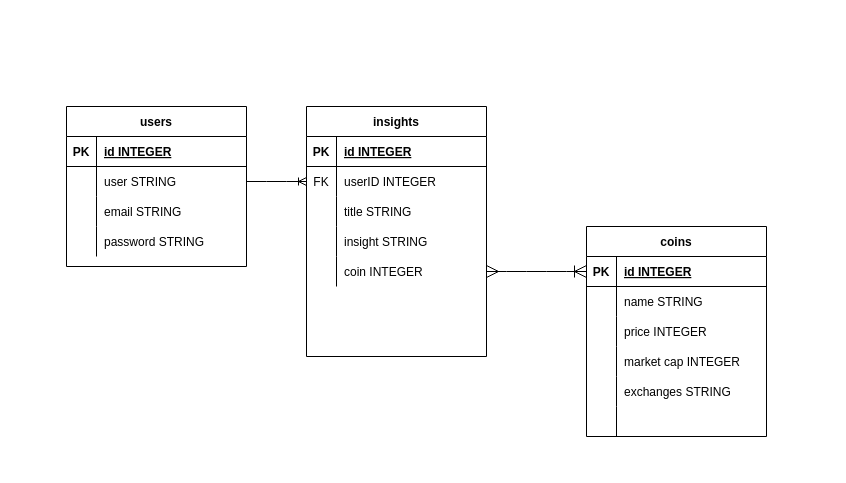
prijacash/project-2-crypto keeps this draw.io diagram as ERD.drawio. Above is the earlier version. Source tidied: cells renumbered, new cells numbered last; positions are measured from the earlier drawing's top-left corner, leaving out a move shared by most shapes. Both pictures are drawn from the tidied source at 100%, with x=0, y=0 at pixel (66, 106).
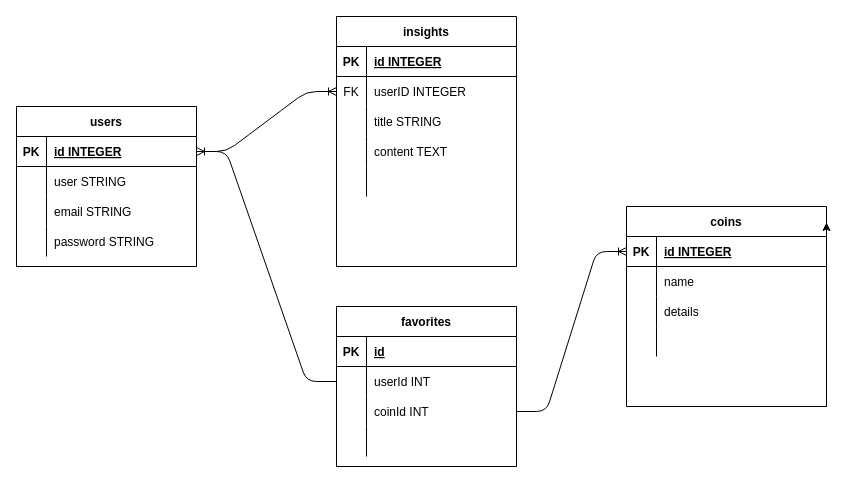
Above is the later version.

Commit message (it also covers changes not shown here):
upated ERD to make it proper

The change refers to these unchanged cells:
```xml
<mxCell id="22" style="shape=partialRectangle;fillColor=none;top=0;left=0;bottom=1;right=0;points=[[0,0.5],[1,0.5]];portConstraint=eastwest;" parent="21" vertex="1">
  <mxGeometry y="30" width="180" height="30" as="geometry" />
</mxCell>
<mxCell id="25" style="shape=partialRectangle;fillColor=none;top=0;left=0;bottom=0;right=0;points=[[0,0.5],[1,0.5]];portConstraint=eastwest;" parent="21" vertex="1">
  <mxGeometry y="60" width="180" height="30" as="geometry" />
</mxCell>
<mxCell id="38" style="shape=partialRectangle;fillColor=none;top=0;left=0;bottom=0;right=0;points=[[0,0.5],[1,0.5]];portConstraint=eastwest;" parent="34" vertex="1">
  <mxGeometry y="60" width="180" height="30" as="geometry" />
</mxCell>
<mxCell id="44" style="shape=partialRectangle;fillColor=none;top=0;left=0;bottom=0;right=0;" parent="34" vertex="1">
  <mxGeometry y="120" width="180" height="30" as="geometry" />
</mxCell>
<mxCell id="47" style="shape=partialRectangle;fillColor=none;top=0;left=0;bottom=0;right=0;points=[[0,0.5],[1,0.5]];portConstraint=eastwest;" parent="34" vertex="1">
  <mxGeometry y="150" width="180" height="30" as="geometry" />
</mxCell>
```

The edit, as a diff of the source:
```diff
@@
-    <mxCell id="2" value="coins" style="shape=table;startSize=30;childLayout=tableLayout;rowLines=0;fontStyle=1;align=center;" parent="1" vertex="1">
-      <mxGeometry x="520" y="120" width="180" height="210" as="geometry" />
-    </mxCell>
-    <mxCell id="3" style="shape=partialRectangle;fillColor=none;top=0;left=0;bottom=1;right=0;points=[[0,0.5],[1,0.5]];portConstraint=eastwest;" parent="2" vertex="1">
-      <mxGeometry y="30" width="180" height="30" as="geometry" />
-    </mxCell>
-    <mxCell id="4" value="PK" style="shape=partialRectangle;fillColor=none;top=0;left=0;bottom=0;right=0;fontStyle=1;overflow=hidden;" parent="3" vertex="1">
-      <mxGeometry width="30" height="30" as="geometry" />
-    </mxCell>
-    <mxCell id="5" value="id INTEGER" style="shape=partialRectangle;fillColor=none;top=0;left=0;bottom=0;right=0;align=left;spacingLeft=6;fontStyle=5;overflow=hidden;" parent="3" vertex="1">
-      <mxGeometry x="30" width="150" height="30" as="geometry" />
-    </mxCell>
-    <mxCell id="6" style="shape=partialRectangle;fillColor=none;top=0;left=0;bottom=0;right=0;points=[[0,0.5],[1,0.5]];portConstraint=eastwest;" parent="2" vertex="1">
-      <mxGeometry y="60" width="180" height="30" as="geometry" />
-    </mxCell>
-    <mxCell id="7" style="shape=partialRectangle;fillColor=none;top=0;left=0;bottom=0;right=0;overflow=hidden;" parent="6" vertex="1">
-      <mxGeometry width="30" height="30" as="geometry" />
-    </mxCell>
-    <mxCell id="8" value="name STRING" style="shape=partialRectangle;fillColor=none;top=0;left=0;bottom=0;right=0;align=left;spacingLeft=6;overflow=hidden;" parent="6" vertex="1">
-      <mxGeometry x="30" width="150" height="30" as="geometry" />
-    </mxCell>
-    <mxCell id="9" style="shape=partialRectangle;fillColor=none;top=0;left=0;bottom=0;right=0;points=[[0,0.5],[1,0.5]];portConstraint=eastwest;" parent="2" vertex="1">
-      <mxGeometry y="90" width="180" height="30" as="geometry" />
-    </mxCell>
-    <mxCell id="10" style="shape=partialRectangle;fillColor=none;top=0;left=0;bottom=0;right=0;overflow=hidden;" parent="9" vertex="1">
-      <mxGeometry width="30" height="30" as="geometry" />
-    </mxCell>
-    <mxCell id="11" value="price INTEGER" style="shape=partialRectangle;fillColor=none;top=0;left=0;bottom=0;right=0;align=left;spacingLeft=6;overflow=hidden;" parent="9" vertex="1">
-      <mxGeometry x="30" width="150" height="30" as="geometry" />
-    </mxCell>
-    <mxCell id="12" style="shape=partialRectangle;fillColor=none;top=0;left=0;bottom=0;right=0;" parent="2" vertex="1">
-      <mxGeometry y="120" width="180" height="30" as="geometry" />
-    </mxCell>
-    <mxCell id="13" style="shape=partialRectangle;fillColor=none;top=0;left=0;bottom=0;right=0;overflow=hidden;" parent="12" vertex="1">
-      <mxGeometry width="30" height="30" as="geometry" />
-    </mxCell>
-    <mxCell id="14" value="market cap INTEGER" style="shape=partialRectangle;fillColor=none;top=0;left=0;bottom=0;right=0;align=left;spacingLeft=6;overflow=hidden;" parent="12" vertex="1">
-      <mxGeometry x="30" width="150" height="30" as="geometry" />
-    </mxCell>
-    <mxCell id="15" style="shape=partialRectangle;fillColor=none;top=0;left=0;bottom=0;right=0;" parent="2" vertex="1">
-      <mxGeometry y="150" width="180" height="30" as="geometry" />
-    </mxCell>
-    <mxCell id="16" style="shape=partialRectangle;fillColor=none;top=0;left=0;bottom=0;right=0;overflow=hidden;" parent="15" vertex="1">
-      <mxGeometry width="30" height="30" as="geometry" />
-    </mxCell>
-    <mxCell id="17" value="exchanges STRING" style="shape=partialRectangle;fillColor=none;top=0;left=0;bottom=0;right=0;align=left;spacingLeft=6;overflow=hidden;" parent="15" vertex="1">
-      <mxGeometry x="30" width="150" height="30" as="geometry" />
-    </mxCell>
-    <mxCell id="18" style="shape=partialRectangle;fillColor=none;top=0;left=0;bottom=0;right=0;" parent="2" vertex="1">
-      <mxGeometry y="180" width="180" height="30" as="geometry" />
-    </mxCell>
-    <mxCell id="19" style="shape=partialRectangle;fillColor=none;top=0;left=0;bottom=0;right=0;overflow=hidden;" parent="18" vertex="1">
-      <mxGeometry width="30" height="30" as="geometry" />
-    </mxCell>
-    <mxCell id="20" style="shape=partialRectangle;fillColor=none;top=0;left=0;bottom=0;right=0;align=left;spacingLeft=6;overflow=hidden;" parent="18" vertex="1">
-      <mxGeometry x="30" width="150" height="30" as="geometry" />
-    </mxCell>
     <mxCell id="21" value="users" style="shape=table;startSize=30;childLayout=tableLayout;rowLines=0;fontStyle=1;align=center;" parent="1" vertex="1">
-      <mxGeometry width="180" height="160" as="geometry" />
+      <mxGeometry x="-50" width="180" height="160" as="geometry" />
     </mxCell>
@@
     <mxCell id="34" value="insights" style="shape=table;startSize=30;childLayout=tableLayout;rowLines=0;fontStyle=1;align=center;" parent="1" vertex="1">
-      <mxGeometry x="240" width="180" height="250" as="geometry" />
+      <mxGeometry x="270" y="-90" width="180" height="250" as="geometry" />
     </mxCell>
@@
-    <mxCell id="46" value="insight STRING" style="shape=partialRectangle;fillColor=none;top=0;left=0;bottom=0;right=0;align=left;spacingLeft=6;overflow=hidden;" parent="44" vertex="1">
+    <mxCell id="46" value="content TEXT" style="shape=partialRectangle;fillColor=none;top=0;left=0;bottom=0;right=0;align=left;spacingLeft=6;overflow=hidden;" parent="44" vertex="1">
       <mxGeometry x="30" width="150" height="30" as="geometry" />
     </mxCell>
@@
-    <mxCell id="49" value="coin INTEGER" style="shape=partialRectangle;fillColor=none;top=0;left=0;bottom=0;right=0;align=left;spacingLeft=6;overflow=hidden;" parent="47" vertex="1">
+    <mxCell id="49" style="shape=partialRectangle;fillColor=none;top=0;left=0;bottom=0;right=0;align=left;spacingLeft=6;overflow=hidden;" parent="47" vertex="1">
       <mxGeometry x="30" width="150" height="30" as="geometry" />
     </mxCell>
-    <mxCell id="50" style="edgeStyle=entityRelationEdgeStyle;fontSize=12;html=1;endArrow=ERoneToMany;entryX=0;entryY=0.5;entryDx=0;entryDy=0;exitX=1;exitY=0.5;exitDx=0;exitDy=0;startArrow=ERmany;startFill=0;endSize=10;startSize=10;" parent="1" edge="1" source="47" target="3">
-      <mxGeometry relative="1" as="geometry" />
-    </mxCell>
-    <mxCell id="51" style="edgeStyle=entityRelationEdgeStyle;fontSize=12;html=1;endArrow=ERoneToMany;exitX=1;exitY=0.5;exitDx=0;exitDy=0;entryX=0;entryY=0.5;entryDx=0;entryDy=0;" parent="1" edge="1" source="25" target="38">
+    <mxCell id="51" style="edgeStyle=entityRelationEdgeStyle;fontSize=12;html=1;endArrow=ERoneToMany;exitX=1;exitY=0.5;exitDx=0;exitDy=0;entryX=0;entryY=0.5;entryDx=0;entryDy=0;" parent="1" edge="1" source="22" target="38">
       <mxGeometry relative="1" as="geometry" />
     </mxCell>
+    <mxCell id="2" value="coins" style="shape=table;startSize=30;childLayout=tableLayout;rowLines=0;fontStyle=1;align=center;" parent="1" vertex="1">
+      <mxGeometry x="560" y="100" width="200" height="200" as="geometry" />
+    </mxCell>
+    <mxCell id="52" style="edgeStyle=none;html=1;exitX=1;exitY=0.5;exitDx=0;exitDy=0;entryX=1;entryY=0.08;entryDx=0;entryDy=0;entryPerimeter=0;" parent="2" edge="1" source="53" target="2">
+      <mxGeometry relative="1" as="geometry" />
+    </mxCell>
+    <mxCell id="53" style="shape=partialRectangle;fillColor=none;top=0;left=0;bottom=1;right=0;points=[[0,0.5],[1,0.5]];portConstraint=eastwest;" parent="2" vertex="1">
+      <mxGeometry y="30" width="200" height="30" as="geometry" />
+    </mxCell>
+    <mxCell id="54" value="PK" style="shape=partialRectangle;fillColor=none;top=0;left=0;bottom=0;right=0;fontStyle=1;overflow=hidden;" parent="53" vertex="1">
+      <mxGeometry width="30" height="30" as="geometry" />
+    </mxCell>
+    <mxCell id="5" value="id INTEGER" style="shape=partialRectangle;fillColor=none;top=0;left=0;bottom=0;right=0;align=left;spacingLeft=6;fontStyle=5;overflow=hidden;" parent="53" vertex="1">
+      <mxGeometry x="30" width="170" height="30" as="geometry" />
+    </mxCell>
+    <mxCell id="55" style="shape=partialRectangle;fillColor=none;top=0;left=0;bottom=0;right=0;" parent="2" vertex="1">
+      <mxGeometry y="60" width="200" height="30" as="geometry" />
+    </mxCell>
+    <mxCell id="56" style="shape=partialRectangle;fillColor=none;top=0;left=0;bottom=0;right=0;overflow=hidden;" parent="55" vertex="1">
+      <mxGeometry width="30" height="30" as="geometry" />
+    </mxCell>
+    <mxCell id="57" value="name" style="shape=partialRectangle;fillColor=none;top=0;left=0;bottom=0;right=0;align=left;spacingLeft=6;overflow=hidden;" parent="55" vertex="1">
+      <mxGeometry x="30" width="170" height="30" as="geometry" />
+    </mxCell>
+    <mxCell id="58" style="shape=partialRectangle;fillColor=none;top=0;left=0;bottom=0;right=0;" parent="2" vertex="1">
+      <mxGeometry y="90" width="200" height="30" as="geometry" />
+    </mxCell>
+    <mxCell id="59" style="shape=partialRectangle;fillColor=none;top=0;left=0;bottom=0;right=0;overflow=hidden;" parent="58" vertex="1">
+      <mxGeometry width="30" height="30" as="geometry" />
+    </mxCell>
+    <mxCell id="60" value="details" style="shape=partialRectangle;fillColor=none;top=0;left=0;bottom=0;right=0;align=left;spacingLeft=6;overflow=hidden;" parent="58" vertex="1">
+      <mxGeometry x="30" width="170" height="30" as="geometry" />
+    </mxCell>
+    <mxCell id="61" style="shape=partialRectangle;fillColor=none;top=0;left=0;bottom=0;right=0;" parent="2" vertex="1">
+      <mxGeometry y="120" width="200" height="30" as="geometry" />
+    </mxCell>
+    <mxCell id="62" value="    " style="shape=partialRectangle;fillColor=none;top=0;left=0;bottom=0;right=0;overflow=hidden;" parent="61" vertex="1">
+      <mxGeometry width="30" height="30" as="geometry" />
+    </mxCell>
+    <mxCell id="63" style="shape=partialRectangle;fillColor=none;top=0;left=0;bottom=0;right=0;align=left;spacingLeft=6;overflow=hidden;" parent="61" vertex="1">
+      <mxGeometry x="30" width="170" height="30" as="geometry" />
+    </mxCell>
+    <mxCell id="64" value="favorites" style="shape=table;startSize=30;childLayout=tableLayout;rowLines=0;fontStyle=1;align=center;" parent="1" vertex="1">
+      <mxGeometry x="270" y="200" width="180" height="160" as="geometry" />
+    </mxCell>
+    <mxCell id="3" style="shape=partialRectangle;fillColor=none;top=0;left=0;bottom=1;right=0;points=[[0,0.5],[1,0.5]];portConstraint=eastwest;" parent="64" vertex="1">
+      <mxGeometry y="30" width="180" height="30" as="geometry" />
+    </mxCell>
+    <mxCell id="65" value="PK" style="shape=partialRectangle;fillColor=none;top=0;left=0;bottom=0;right=0;fontStyle=1;overflow=hidden;" parent="3" vertex="1">
+      <mxGeometry width="30" height="30" as="geometry" />
+    </mxCell>
+    <mxCell id="66" value="id" style="shape=partialRectangle;fillColor=none;top=0;left=0;bottom=0;right=0;align=left;spacingLeft=6;fontStyle=5;overflow=hidden;" parent="3" vertex="1">
+      <mxGeometry x="30" width="150" height="30" as="geometry" />
+    </mxCell>
+    <mxCell id="6" style="shape=partialRectangle;fillColor=none;top=0;left=0;bottom=0;right=0;points=[[0,0.5],[1,0.5]];portConstraint=eastwest;" parent="64" vertex="1">
+      <mxGeometry y="60" width="180" height="30" as="geometry" />
+    </mxCell>
+    <mxCell id="67" style="shape=partialRectangle;fillColor=none;top=0;left=0;bottom=0;right=0;overflow=hidden;" parent="6" vertex="1">
+      <mxGeometry width="30" height="30" as="geometry" />
+    </mxCell>
+    <mxCell id="68" value="userId INT" style="shape=partialRectangle;fillColor=none;top=0;left=0;bottom=0;right=0;align=left;spacingLeft=6;overflow=hidden;" parent="6" vertex="1">
+      <mxGeometry x="30" width="150" height="30" as="geometry" />
+    </mxCell>
+    <mxCell id="9" style="shape=partialRectangle;fillColor=none;top=0;left=0;bottom=0;right=0;points=[[0,0.5],[1,0.5]];portConstraint=eastwest;" parent="64" vertex="1">
+      <mxGeometry y="90" width="180" height="30" as="geometry" />
+    </mxCell>
+    <mxCell id="69" style="shape=partialRectangle;fillColor=none;top=0;left=0;bottom=0;right=0;overflow=hidden;" parent="9" vertex="1">
+      <mxGeometry width="30" height="30" as="geometry" />
+    </mxCell>
+    <mxCell id="70" value="coinId INT" style="shape=partialRectangle;fillColor=none;top=0;left=0;bottom=0;right=0;align=left;spacingLeft=6;overflow=hidden;" parent="9" vertex="1">
+      <mxGeometry x="30" width="150" height="30" as="geometry" />
+    </mxCell>
+    <mxCell id="12" style="shape=partialRectangle;fillColor=none;top=0;left=0;bottom=0;right=0;" parent="64" vertex="1">
+      <mxGeometry y="120" width="180" height="30" as="geometry" />
+    </mxCell>
+    <mxCell id="71" style="shape=partialRectangle;fillColor=none;top=0;left=0;bottom=0;right=0;overflow=hidden;" parent="12" vertex="1">
+      <mxGeometry width="30" height="30" as="geometry" />
+    </mxCell>
+    <mxCell id="20" style="shape=partialRectangle;fillColor=none;top=0;left=0;bottom=0;right=0;align=left;spacingLeft=6;overflow=hidden;" parent="12" vertex="1">
+      <mxGeometry x="30" width="150" height="30" as="geometry" />
+    </mxCell>
+    <mxCell id="72" style="edgeStyle=entityRelationEdgeStyle;fontSize=12;html=1;endArrow=ERoneToMany;exitX=0;exitY=0.5;exitDx=0;exitDy=0;entryX=1;entryY=0.5;entryDx=0;entryDy=0;" parent="1" edge="1" source="6" target="22">
+      <mxGeometry relative="1" as="geometry" />
+    </mxCell>
+    <mxCell id="73" style="edgeStyle=entityRelationEdgeStyle;fontSize=12;html=1;endArrow=ERoneToMany;entryX=0;entryY=0.5;entryDx=0;entryDy=0;" parent="1" edge="1" source="9" target="53">
+      <mxGeometry relative="1" as="geometry" />
+    </mxCell>
```
